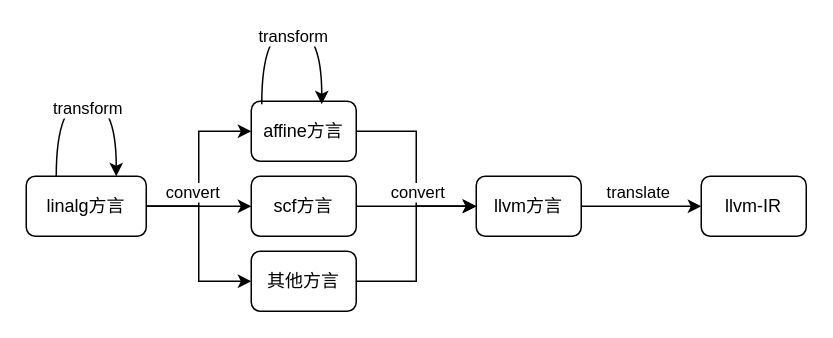
Earlier version of the draw.io diagram dialect.drawio (inside-compiler/Inside-LLVM-Code-Gen). Source tidied: cells renumbered, new cells numbered last; positions are measured from the earlier drawing's top-left corner, leaving out a move shared by most shapes. Both pictures are drawn from the tidied source at 150%, with x=0, y=0 at pixel (26, 28).
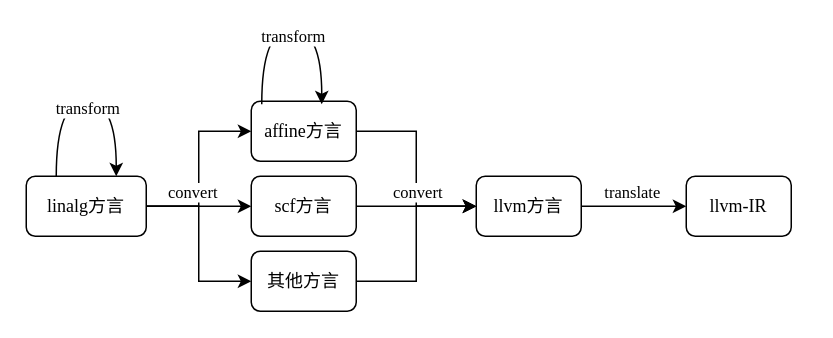
The same page after the edit.

The edit, as a diff of the source:
```diff
@@
-    <mxCell id="2" style="edgeStyle=orthogonalEdgeStyle;rounded=0;jettySize=auto;html=1;entryX=0;entryY=0.5;entryDx=0;entryDy=0;" parent="1" edge="1" source="6" target="8">
+    <mxCell id="2" style="edgeStyle=orthogonalEdgeStyle;rounded=0;jettySize=auto;html=1;entryX=0;entryY=0.5;entryDx=0;entryDy=0;fontFamily=Times New Roman;" parent="1" edge="1" source="6" target="8">
       <mxGeometry relative="1" as="geometry" />
     </mxCell>
-    <mxCell id="3" style="edgeStyle=orthogonalEdgeStyle;rounded=0;jettySize=auto;html=1;entryX=0;entryY=0.5;entryDx=0;entryDy=0;" parent="1" edge="1" source="6" target="15">
+    <mxCell id="3" style="edgeStyle=orthogonalEdgeStyle;rounded=0;jettySize=auto;html=1;entryX=0;entryY=0.5;entryDx=0;entryDy=0;fontFamily=Times New Roman;" parent="1" edge="1" source="6" target="15">
       <mxGeometry relative="1" as="geometry" />
     </mxCell>
-    <mxCell id="4" value="convert" style="edgeLabel;html=1;align=center;verticalAlign=middle;" parent="3" vertex="1">
+    <mxCell id="4" value="convert" style="edgeLabel;html=1;align=center;verticalAlign=middle;fontFamily=Times New Roman;" parent="3" vertex="1">
       <mxGeometry x="0.49" y="-1" relative="1" as="geometry">
         <mxPoint x="-22" y="-11" as="offset" />
       </mxGeometry>
     </mxCell>
-    <mxCell id="5" style="edgeStyle=orthogonalEdgeStyle;rounded=0;jettySize=auto;html=1;entryX=0;entryY=0.5;entryDx=0;entryDy=0;" parent="1" edge="1" source="6" target="17">
+    <mxCell id="5" style="edgeStyle=orthogonalEdgeStyle;rounded=0;jettySize=auto;html=1;entryX=0;entryY=0.5;entryDx=0;entryDy=0;fontFamily=Times New Roman;" parent="1" edge="1" source="6" target="17">
       <mxGeometry relative="1" as="geometry" />
     </mxCell>
-    <mxCell id="6" value="linalg方言" style="rounded=1;whiteSpace=wrap;html=1;" parent="1" vertex="1">
+    <mxCell id="6" value="linalg方言" style="rounded=1;whiteSpace=wrap;html=1;fontFamily=Times New Roman;" parent="1" vertex="1">
       <mxGeometry y="98" width="80" height="40" as="geometry" />
     </mxCell>
-    <mxCell id="7" style="edgeStyle=orthogonalEdgeStyle;rounded=0;jettySize=auto;html=1;entryX=0;entryY=0.5;entryDx=0;entryDy=0;" parent="1" edge="1" source="8" target="11">
+    <mxCell id="7" style="edgeStyle=orthogonalEdgeStyle;rounded=0;jettySize=auto;html=1;entryX=0;entryY=0.5;entryDx=0;entryDy=0;fontFamily=Times New Roman;" parent="1" edge="1" source="8" target="11">
       <mxGeometry relative="1" as="geometry" />
     </mxCell>
-    <mxCell id="8" value="affine方言" style="rounded=1;whiteSpace=wrap;html=1;" parent="1" vertex="1">
+    <mxCell id="8" value="affine方言" style="rounded=1;whiteSpace=wrap;html=1;fontFamily=Times New Roman;" parent="1" vertex="1">
       <mxGeometry x="150" y="48" width="70" height="40" as="geometry" />
     </mxCell>
-    <mxCell id="9" style="edgeStyle=orthogonalEdgeStyle;rounded=0;jettySize=auto;html=1;" parent="1" edge="1" source="11" target="12">
+    <mxCell id="9" style="edgeStyle=orthogonalEdgeStyle;rounded=0;jettySize=auto;html=1;fontFamily=Times New Roman;" parent="1" edge="1" source="11" target="12">
       <mxGeometry relative="1" as="geometry" />
     </mxCell>
-    <mxCell id="10" value="translate" style="edgeLabel;html=1;align=center;verticalAlign=middle;" parent="9" vertex="1">
+    <mxCell id="10" value="translate" style="edgeLabel;html=1;align=center;verticalAlign=middle;fontFamily=Times New Roman;" parent="9" vertex="1">
       <mxGeometry x="-0.07" relative="1" as="geometry">
         <mxPoint y="-10" as="offset" />
       </mxGeometry>
     </mxCell>
-    <mxCell id="11" value="llvm方言" style="rounded=1;whiteSpace=wrap;html=1;" parent="1" vertex="1">
+    <mxCell id="11" value="llvm方言" style="rounded=1;whiteSpace=wrap;html=1;fontFamily=Times New Roman;" parent="1" vertex="1">
       <mxGeometry x="300" y="98" width="70" height="40" as="geometry" />
     </mxCell>
-    <mxCell id="12" value="llvm-IR" style="rounded=1;whiteSpace=wrap;html=1;" parent="1" vertex="1">
-      <mxGeometry x="450" y="98" width="70" height="40" as="geometry" />
+    <mxCell id="12" value="llvm-IR" style="rounded=1;whiteSpace=wrap;html=1;fontFamily=Times New Roman;" parent="1" vertex="1">
+      <mxGeometry x="440" y="98" width="70" height="40" as="geometry" />
     </mxCell>
-    <mxCell id="13" style="edgeStyle=orthogonalEdgeStyle;rounded=0;jettySize=auto;html=1;entryX=0;entryY=0.5;entryDx=0;entryDy=0;" parent="1" edge="1" source="15" target="11">
+    <mxCell id="13" style="edgeStyle=orthogonalEdgeStyle;rounded=0;jettySize=auto;html=1;entryX=0;entryY=0.5;entryDx=0;entryDy=0;fontFamily=Times New Roman;" parent="1" edge="1" source="15" target="11">
       <mxGeometry relative="1" as="geometry" />
     </mxCell>
-    <mxCell id="14" value="convert" style="edgeLabel;html=1;align=center;verticalAlign=middle;" parent="13" vertex="1">
+    <mxCell id="14" value="convert" style="edgeLabel;html=1;align=center;verticalAlign=middle;fontFamily=Times New Roman;" parent="13" vertex="1">
       <mxGeometry x="-0.35" y="1" relative="1" as="geometry">
         <mxPoint x="14" y="-9" as="offset" />
       </mxGeometry>
     </mxCell>
-    <mxCell id="15" value="scf方言" style="rounded=1;whiteSpace=wrap;html=1;" parent="1" vertex="1">
+    <mxCell id="15" value="scf方言" style="rounded=1;whiteSpace=wrap;html=1;fontFamily=Times New Roman;" parent="1" vertex="1">
       <mxGeometry x="150" y="98" width="70" height="40" as="geometry" />
     </mxCell>
-    <mxCell id="16" style="edgeStyle=orthogonalEdgeStyle;rounded=0;jettySize=auto;html=1;entryX=0;entryY=0.5;entryDx=0;entryDy=0;" parent="1" edge="1" source="17" target="11">
+    <mxCell id="16" style="edgeStyle=orthogonalEdgeStyle;rounded=0;jettySize=auto;html=1;entryX=0;entryY=0.5;entryDx=0;entryDy=0;fontFamily=Times New Roman;" parent="1" edge="1" source="17" target="11">
       <mxGeometry relative="1" as="geometry" />
     </mxCell>
-    <mxCell id="17" value="其他方言" style="rounded=1;whiteSpace=wrap;html=1;" parent="1" vertex="1">
+    <mxCell id="17" value="其他方言" style="rounded=1;whiteSpace=wrap;html=1;fontFamily=Times New Roman;" parent="1" vertex="1">
       <mxGeometry x="150" y="148" width="70" height="40" as="geometry" />
     </mxCell>
-    <mxCell id="18" style="edgeStyle=orthogonalEdgeStyle;curved=1;rounded=0;orthogonalLoop=1;jettySize=auto;html=1;exitX=0.25;exitY=0;exitDx=0;exitDy=0;entryX=0.75;entryY=0;entryDx=0;entryDy=0;" parent="1" edge="1" source="6" target="6">
+    <mxCell id="18" style="edgeStyle=orthogonalEdgeStyle;curved=1;rounded=0;orthogonalLoop=1;jettySize=auto;html=1;exitX=0.25;exitY=0;exitDx=0;exitDy=0;entryX=0.75;entryY=0;entryDx=0;entryDy=0;fontFamily=Times New Roman;" parent="1" edge="1" source="6" target="6">
       <mxGeometry relative="1" as="geometry">
         <Array as="points">
           <mxPoint x="20" y="48" />
           <mxPoint x="60" y="48" />
         </Array>
       </mxGeometry>
     </mxCell>
-    <mxCell id="19" value="transform" style="edgeLabel;html=1;align=center;verticalAlign=middle;" parent="18" vertex="1">
+    <mxCell id="19" value="transform" style="edgeLabel;html=1;align=center;verticalAlign=middle;fontFamily=Times New Roman;" parent="18" vertex="1">
       <mxGeometry y="-4" relative="1" as="geometry" />
     </mxCell>
-    <mxCell id="20" style="edgeStyle=orthogonalEdgeStyle;curved=1;rounded=0;orthogonalLoop=1;jettySize=auto;html=1;exitX=0.25;exitY=0;exitDx=0;exitDy=0;entryX=0.75;entryY=0;entryDx=0;entryDy=0;" parent="1" edge="1">
+    <mxCell id="20" style="edgeStyle=orthogonalEdgeStyle;curved=1;rounded=0;orthogonalLoop=1;jettySize=auto;html=1;exitX=0.25;exitY=0;exitDx=0;exitDy=0;entryX=0.75;entryY=0;entryDx=0;entryDy=0;fontFamily=Times New Roman;" parent="1" edge="1">
       <mxGeometry relative="1" as="geometry">
         <mxPoint x="157" y="50" as="sourcePoint" />
         <mxPoint x="197" y="50" as="targetPoint" />
         <Array as="points">
           <mxPoint x="157" />
           <mxPoint x="197" />
         </Array>
       </mxGeometry>
     </mxCell>
-    <mxCell id="21" value="transform" style="edgeLabel;html=1;align=center;verticalAlign=middle;" parent="20" vertex="1">
+    <mxCell id="21" value="transform" style="edgeLabel;html=1;align=center;verticalAlign=middle;fontFamily=Times New Roman;" parent="20" vertex="1">
       <mxGeometry y="-4" relative="1" as="geometry" />
     </mxCell>
```
